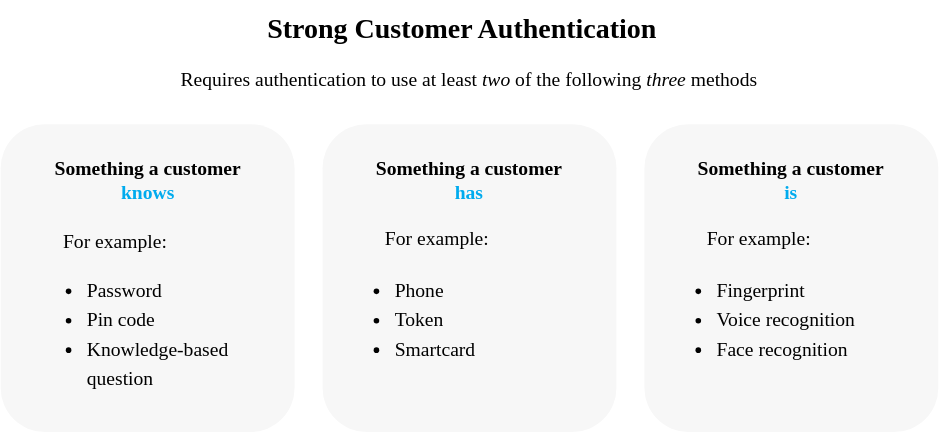
This is static/diagrams/SCA.svg from wendyverdonk93/docs, a draw.io export, as it was before one commit. Source tidied: cells renumbered, new cells last; positions are measured from the earlier drawing's top-left corner, leaving out a move shared by most shapes.
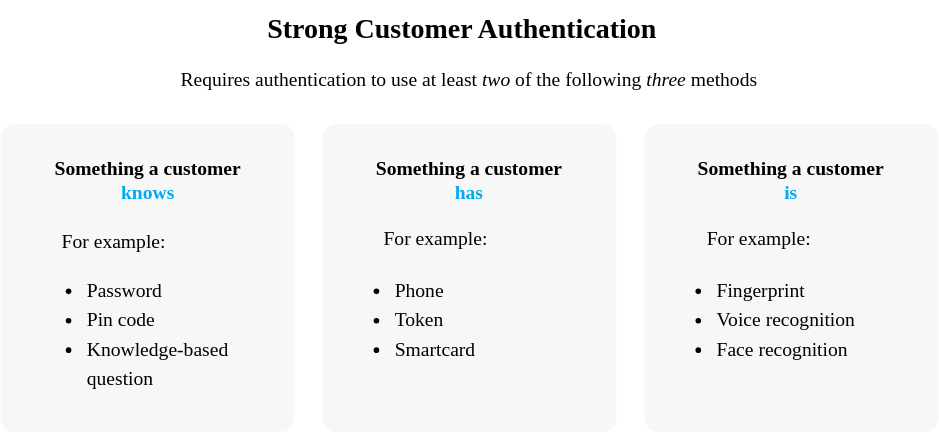
Above is the later version.

Diff of the diagram source:
```diff
@@ -2,19 +2,19 @@
   <root>
     <mxCell id="0" />
     <mxCell id="1" parent="0" />
-    <mxCell id="2" style="rounded=1;whiteSpace=wrap;html=1;fontFamily=Nunito;fontColor=#FAFAFA;fillColor=#F7F7F7;shadow=0;sketch=0;strokeColor=none;fontSize=14;imageAspect=1;fontSource=https%3A%2F%2Ffonts.googleapis.com%2Fcss%3Ffamily%3DNunito;" parent="1" vertex="1">
+    <mxCell id="2" style="rounded=1;whiteSpace=wrap;html=1;fontFamily=Nunito;fontColor=#FAFAFA;fillColor=#F7F7F7;shadow=0;sketch=0;strokeColor=none;fontSize=14;imageAspect=1;fontSource=https%3A%2F%2Ffonts.googleapis.com%2Fcss%3Ffamily%3DNunito;absoluteArcSize=1;" parent="1" vertex="1">
       <mxGeometry y="84" width="210" height="220" as="geometry" />
     </mxCell>
     <mxCell id="3" value="&lt;b style=&quot;font-size: 14px&quot;&gt;Something a customer&lt;br&gt;&lt;font color=&quot;#00abee&quot; style=&quot;font-size: 14px&quot;&gt;knows&lt;/font&gt;&lt;/b&gt;" style="text;html=1;strokeColor=none;fillColor=none;align=center;verticalAlign=middle;whiteSpace=wrap;rounded=0;fontFamily=Nunito;fontSource=https%3A%2F%2Ffonts.googleapis.com%2Fcss%3Ffamily%3DNunito;fontSize=14;" parent="1" vertex="1">
       <mxGeometry x="7.5" y="107" width="195" height="36" as="geometry" />
     </mxCell>
-    <mxCell id="4" style="rounded=1;whiteSpace=wrap;html=1;fontFamily=Nunito;fontColor=#FAFAFA;fillColor=#F7F7F7;strokeColor=none;fontSize=14;imageAspect=1;fontSource=https%3A%2F%2Ffonts.googleapis.com%2Fcss%3Ffamily%3DNunito;" parent="1" vertex="1">
+    <mxCell id="4" style="rounded=1;whiteSpace=wrap;html=1;fontFamily=Nunito;fontColor=#FAFAFA;fillColor=#F7F7F7;strokeColor=none;fontSize=14;imageAspect=1;fontSource=https%3A%2F%2Ffonts.googleapis.com%2Fcss%3Ffamily%3DNunito;absoluteArcSize=1;" parent="1" vertex="1">
       <mxGeometry x="230" y="84" width="210" height="220" as="geometry" />
     </mxCell>
     <mxCell id="5" value="&lt;b style=&quot;font-size: 14px&quot;&gt;Something a customer&lt;br&gt;&lt;font color=&quot;#00abee&quot; style=&quot;font-size: 14px&quot;&gt;has&lt;/font&gt;&lt;/b&gt;" style="text;html=1;strokeColor=none;fillColor=none;align=center;verticalAlign=middle;whiteSpace=wrap;rounded=0;fontFamily=Nunito;fontSource=https%3A%2F%2Ffonts.googleapis.com%2Fcss%3Ffamily%3DNunito;fontSize=14;" parent="1" vertex="1">
       <mxGeometry x="245" y="107" width="180" height="36" as="geometry" />
     </mxCell>
-    <mxCell id="6" style="rounded=1;whiteSpace=wrap;html=1;fontFamily=Nunito;fontColor=#FAFAFA;fillColor=#F7F7F7;strokeColor=none;fontSize=14;imageAspect=1;fontSource=https%3A%2F%2Ffonts.googleapis.com%2Fcss%3Ffamily%3DNunito;" parent="1" vertex="1">
+    <mxCell id="6" style="rounded=1;whiteSpace=wrap;html=1;fontFamily=Nunito;fontColor=#FAFAFA;fillColor=#F7F7F7;strokeColor=none;fontSize=14;imageAspect=1;fontSource=https%3A%2F%2Ffonts.googleapis.com%2Fcss%3Ffamily%3DNunito;absoluteArcSize=1;" parent="1" vertex="1">
       <mxGeometry x="460" y="84" width="210" height="220" as="geometry" />
     </mxCell>
     <mxCell id="7" value="&lt;b style=&quot;font-size: 14px&quot;&gt;Something a customer&lt;br&gt;&lt;font color=&quot;#00abee&quot; style=&quot;font-size: 14px&quot;&gt;is&lt;/font&gt;&lt;/b&gt;" style="text;html=1;strokeColor=none;fillColor=none;align=center;verticalAlign=middle;whiteSpace=wrap;rounded=0;fontFamily=Nunito;fontSource=https%3A%2F%2Ffonts.googleapis.com%2Fcss%3Ffamily%3DNunito;fontSize=14;" parent="1" vertex="1">
```
